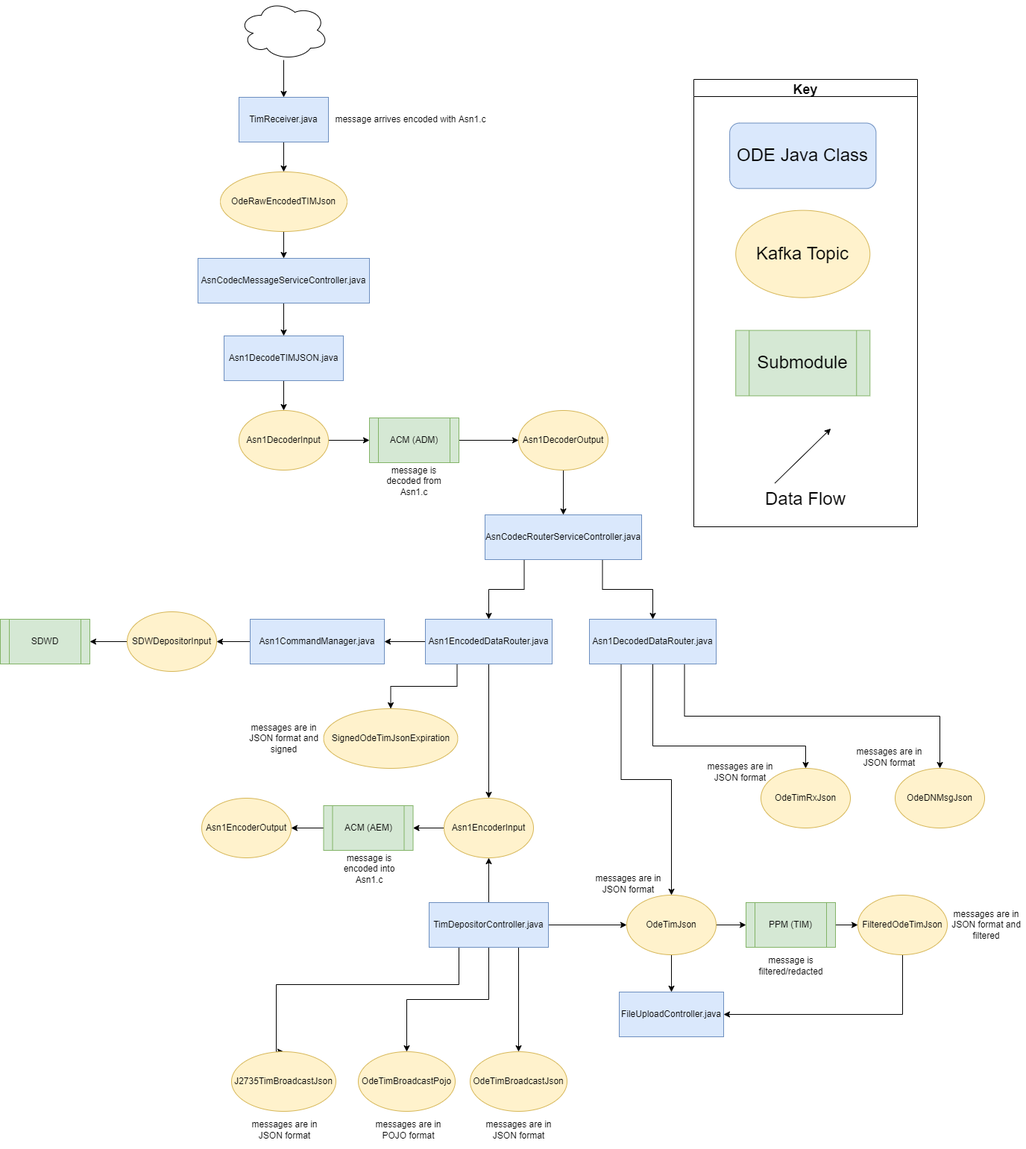
usdot-jpo-ode/jpo-ode keeps this draw.io diagram as docs/data-flow-diagrams/tim/TIM Data Flow.drawio.png. Above is the earlier version. Source tidied: cells renumbered, new cells last; positions are measured from the earlier drawing's top-left corner, leaving out a move shared by most shapes.
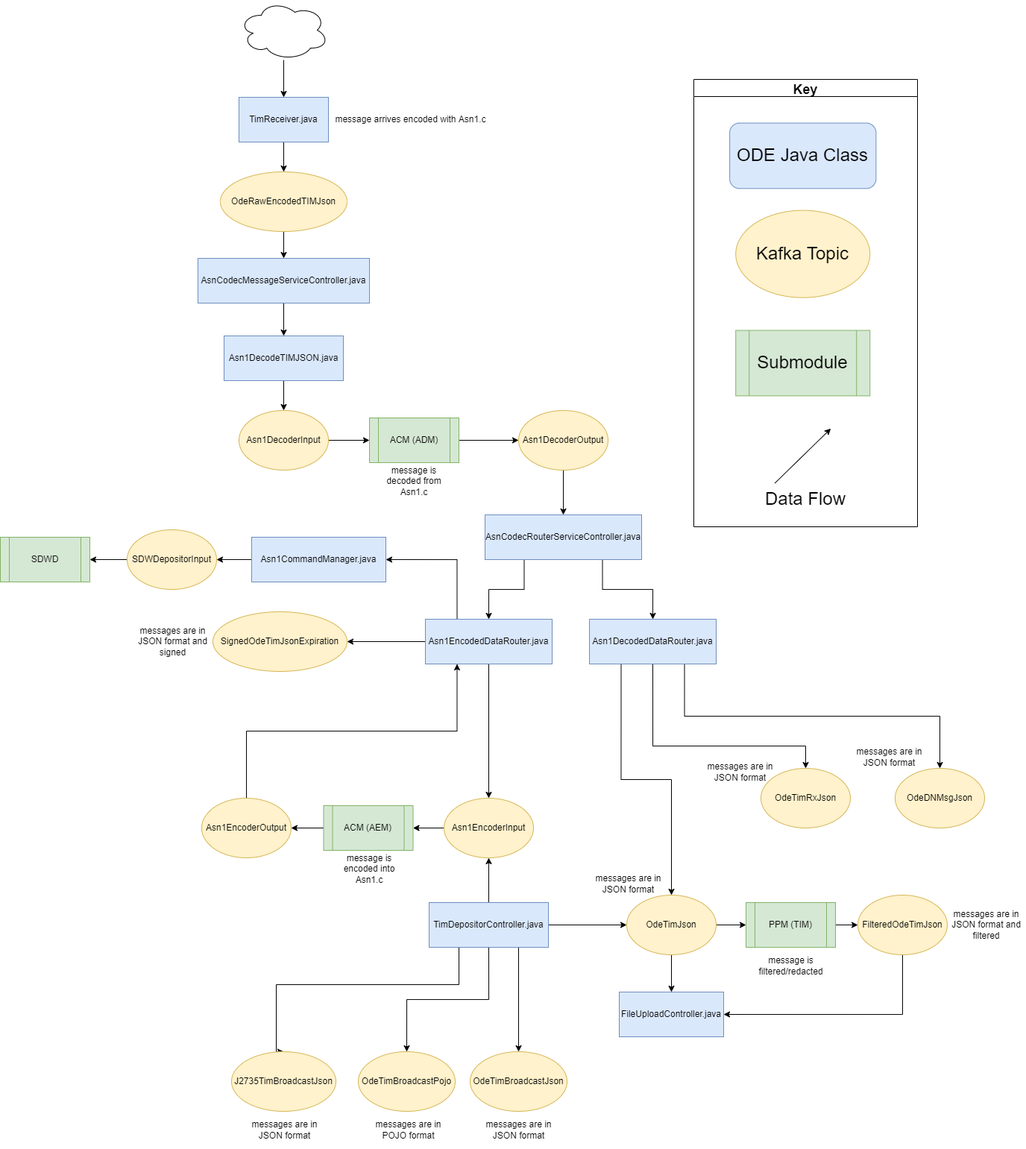
Later version of the same file.

Commit message:
Updated ODE Overview & TIM data flow diagrams and corrected a typo in a variable name.

The edit, as a diff of the source:
```diff
@@ -117,22 +117,22 @@
     <mxCell id="36" value="FilteredOdeTimJson" style="ellipse;whiteSpace=wrap;html=1;fillColor=#fff2cc;strokeColor=#d6b656;" parent="1" vertex="1">
       <mxGeometry x="1150" y="1200" width="120" height="80" as="geometry" />
     </mxCell>
-    <mxCell id="37" style="edgeStyle=orthogonalEdgeStyle;rounded=0;jettySize=auto;html=1;entryX=1;entryY=0.5;entryDx=0;entryDy=0;" parent="1" edge="1" source="38" target="40">
+    <mxCell id="37" style="edgeStyle=orthogonalEdgeStyle;rounded=0;jettySize=auto;html=1;" parent="1" edge="1" source="38" target="40">
       <mxGeometry relative="1" as="geometry" />
     </mxCell>
     <mxCell id="38" value="Asn1CommandManager.java" style="rounded=0;whiteSpace=wrap;html=1;fillColor=#dae8fc;strokeColor=#6c8ebf;" parent="1" vertex="1">
-      <mxGeometry x="335" y="830" width="180" height="60" as="geometry" />
+      <mxGeometry x="337" y="720" width="180" height="60" as="geometry" />
     </mxCell>
-    <mxCell id="39" style="edgeStyle=orthogonalEdgeStyle;rounded=0;jettySize=auto;html=1;entryX=1;entryY=0.5;entryDx=0;entryDy=0;" parent="1" edge="1" source="40" target="54">
+    <mxCell id="39" style="edgeStyle=orthogonalEdgeStyle;rounded=0;jettySize=auto;html=1;entryX=1;entryY=0.5;entryDx=0;entryDy=0;exitX=0;exitY=0.5;exitDx=0;exitDy=0;" parent="1" edge="1" source="40" target="54">
       <mxGeometry relative="1" as="geometry" />
     </mxCell>
     <mxCell id="40" value="SDWDepositorInput" style="ellipse;whiteSpace=wrap;html=1;fillColor=#fff2cc;strokeColor=#d6b656;" parent="1" vertex="1">
-      <mxGeometry x="170" y="820" width="120" height="80" as="geometry" />
+      <mxGeometry x="170" y="710" width="120" height="80" as="geometry" />
     </mxCell>
-    <mxCell id="41" style="edgeStyle=orthogonalEdgeStyle;rounded=0;jettySize=auto;html=1;entryX=1;entryY=0.5;entryDx=0;entryDy=0;" parent="1" edge="1" source="44" target="38">
+    <mxCell id="41" style="edgeStyle=orthogonalEdgeStyle;rounded=0;jettySize=auto;html=1;entryX=1;entryY=0.5;entryDx=0;entryDy=0;exitX=0.25;exitY=0;exitDx=0;exitDy=0;" parent="1" edge="1" source="44" target="38">
       <mxGeometry relative="1" as="geometry" />
     </mxCell>
-    <mxCell id="42" style="edgeStyle=orthogonalEdgeStyle;rounded=0;jettySize=auto;html=1;exitX=0.25;exitY=1;exitDx=0;exitDy=0;" parent="1" edge="1" source="44" target="45">
+    <mxCell id="42" style="edgeStyle=orthogonalEdgeStyle;rounded=0;jettySize=auto;html=1;exitX=0;exitY=0.5;exitDx=0;exitDy=0;" parent="1" edge="1" source="44" target="45">
       <mxGeometry relative="1" as="geometry" />
     </mxCell>
     <mxCell id="43" style="edgeStyle=orthogonalEdgeStyle;rounded=0;jettySize=auto;html=1;entryX=0.5;entryY=0;entryDx=0;entryDy=0;" parent="1" edge="1" source="44" target="47">
@@ -142,7 +142,7 @@
       <mxGeometry x="570" y="830" width="170" height="60" as="geometry" />
     </mxCell>
     <mxCell id="45" value="SignedOdeTimJsonExpiration" style="ellipse;whiteSpace=wrap;html=1;fillColor=#fff2cc;strokeColor=#d6b656;" parent="1" vertex="1">
-      <mxGeometry x="433.5" y="950" width="180" height="80" as="geometry" />
+      <mxGeometry x="285" y="820" width="180" height="80" as="geometry" />
     </mxCell>
     <mxCell id="46" style="edgeStyle=orthogonalEdgeStyle;rounded=0;jettySize=auto;html=1;" parent="1" edge="1" source="47" target="49">
       <mxGeometry relative="1" as="geometry" />
@@ -156,6 +156,9 @@
     <mxCell id="49" value="ACM (AEM)" style="shape=process;whiteSpace=wrap;html=1;backgroundOutline=1;fillColor=#d5e8d4;strokeColor=#82b366;" parent="1" vertex="1">
       <mxGeometry x="433.5" y="1080" width="120" height="60" as="geometry" />
     </mxCell>
+    <mxCell id="78" style="edgeStyle=orthogonalEdgeStyle;rounded=0;jettySize=auto;html=1;entryX=0.25;entryY=1;entryDx=0;entryDy=0;exitX=0.5;exitY=0;exitDx=0;exitDy=0;" parent="1" edge="1" source="50" target="44">
+      <mxGeometry relative="1" as="geometry" />
+    </mxCell>
     <mxCell id="50" value="Asn1EncoderOutput" style="ellipse;whiteSpace=wrap;html=1;fillColor=#fff2cc;strokeColor=#d6b656;" parent="1" vertex="1">
       <mxGeometry x="270" y="1070" width="120" height="80" as="geometry" />
     </mxCell>
@@ -169,7 +172,7 @@
       <mxGeometry x="650" y="690" width="210" height="60" as="geometry" />
     </mxCell>
     <mxCell id="54" value="SDWD" style="shape=process;whiteSpace=wrap;html=1;backgroundOutline=1;fillColor=#d5e8d4;strokeColor=#82b366;" parent="1" vertex="1">
-      <mxGeometry y="830" width="120" height="60" as="geometry" />
+      <mxGeometry y="720" width="120" height="60" as="geometry" />
     </mxCell>
     <mxCell id="55" style="edgeStyle=orthogonalEdgeStyle;rounded=0;jettySize=auto;html=1;" parent="1" edge="1" source="56" target="16">
       <mxGeometry relative="1" as="geometry" />
@@ -229,7 +232,7 @@
       <mxGeometry x="1140" y="990" width="105" height="50" as="geometry" />
     </mxCell>
     <mxCell id="73" value="messages are in JSON format and signed" style="text;html=1;strokeColor=none;fillColor=none;align=center;verticalAlign=middle;whiteSpace=wrap;rounded=0;" parent="1" vertex="1">
-      <mxGeometry x="327.5" y="965" width="105" height="50" as="geometry" />
+      <mxGeometry x="179" y="835" width="105" height="50" as="geometry" />
     </mxCell>
     <mxCell id="74" value="messages are in JSON format" style="text;html=1;strokeColor=none;fillColor=none;align=center;verticalAlign=middle;whiteSpace=wrap;rounded=0;" parent="1" vertex="1">
       <mxGeometry x="642.5" y="1490" width="105" height="50" as="geometry" />
```
